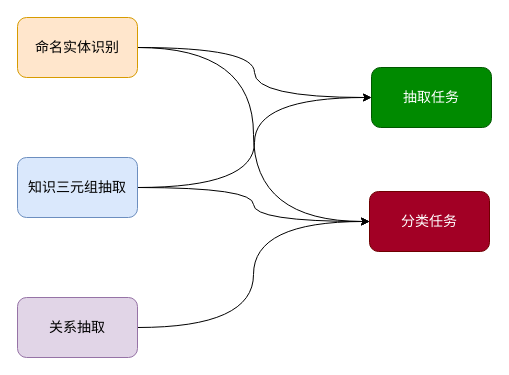
Earlier version of the draw.io diagram 任务拆解.drawio (Wonderful23/algorithm). Source tidied: cells renumbered, new cells numbered last; positions are measured from the earlier drawing's top-left corner, leaving out a move shared by most shapes. Both pictures are drawn from the tidied source at 100%, with x=0, y=0 at pixel (17, 17).
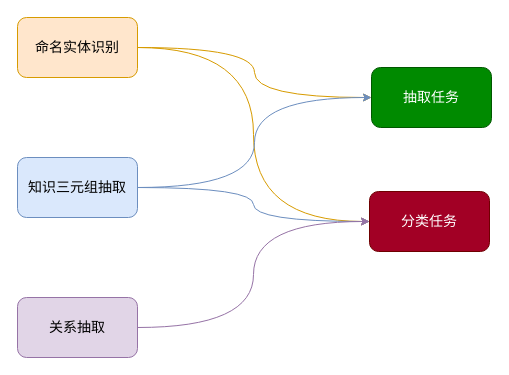
Above is the later version.

Commit message (it also covers changes not shown here):
更新任务拆解.drawio

The edit, as a diff of the source:
```diff
@@
 <mxGraphModel>
   <root>
     <mxCell id="0" />
     <mxCell id="1" parent="0" />
     <mxCell id="2" value="&lt;font style=&quot;font-size: 14px;&quot;&gt;抽取任务&lt;/font&gt;" style="rounded=1;whiteSpace=wrap;html=1;fillColor=#008a00;fontColor=#ffffff;strokeColor=#005700;" parent="1" vertex="1">
       <mxGeometry x="354" y="50" width="120" height="60" as="geometry" />
     </mxCell>
     <mxCell id="3" value="&lt;font style=&quot;font-size: 14px;&quot;&gt;分类任务&lt;/font&gt;" style="rounded=1;whiteSpace=wrap;html=1;fillColor=#a20025;fontColor=#ffffff;strokeColor=#6F0000;" parent="1" vertex="1">
       <mxGeometry x="352" y="174" width="120" height="60" as="geometry" />
     </mxCell>
-    <mxCell id="4" style="edgeStyle=orthogonalEdgeStyle;rounded=0;jettySize=auto;html=1;exitX=1;exitY=0.5;exitDx=0;exitDy=0;entryX=0;entryY=0.5;entryDx=0;entryDy=0;curved=1;" parent="1" edge="1" source="6" target="2">
+    <mxCell id="4" style="edgeStyle=orthogonalEdgeStyle;rounded=0;jettySize=auto;html=1;exitX=1;exitY=0.5;exitDx=0;exitDy=0;entryX=0;entryY=0.5;entryDx=0;entryDy=0;curved=1;fillColor=#ffe6cc;strokeColor=#d79b00;" parent="1" edge="1" source="6" target="2">
       <mxGeometry relative="1" as="geometry" />
     </mxCell>
-    <mxCell id="5" style="edgeStyle=orthogonalEdgeStyle;rounded=0;jettySize=auto;html=1;entryX=0;entryY=0.5;entryDx=0;entryDy=0;curved=1;" parent="1" edge="1" source="6" target="3">
+    <mxCell id="5" style="edgeStyle=orthogonalEdgeStyle;rounded=0;jettySize=auto;html=1;entryX=0;entryY=0.5;entryDx=0;entryDy=0;curved=1;fillColor=#ffe6cc;strokeColor=#d79b00;" parent="1" edge="1" source="6" target="3">
       <mxGeometry relative="1" as="geometry" />
     </mxCell>
     <mxCell id="6" value="&lt;font style=&quot;font-size: 14px;&quot;&gt;命名实体识别&lt;/font&gt;" style="rounded=1;whiteSpace=wrap;html=1;fillColor=#ffe6cc;strokeColor=#d79b00;" parent="1" vertex="1">
       <mxGeometry width="120" height="60" as="geometry" />
     </mxCell>
-    <mxCell id="7" style="edgeStyle=orthogonalEdgeStyle;rounded=0;jettySize=auto;html=1;exitX=1;exitY=0.5;exitDx=0;exitDy=0;entryX=0;entryY=0.5;entryDx=0;entryDy=0;curved=1;" parent="1" edge="1" source="9" target="2">
+    <mxCell id="7" style="edgeStyle=orthogonalEdgeStyle;rounded=0;jettySize=auto;html=1;exitX=1;exitY=0.5;exitDx=0;exitDy=0;entryX=0;entryY=0.5;entryDx=0;entryDy=0;curved=1;fillColor=#dae8fc;strokeColor=#6c8ebf;" parent="1" edge="1" source="9" target="2">
       <mxGeometry relative="1" as="geometry" />
     </mxCell>
-    <mxCell id="8" style="edgeStyle=orthogonalEdgeStyle;rounded=0;jettySize=auto;html=1;curved=1;" parent="1" edge="1" source="9" target="3">
+    <mxCell id="8" style="edgeStyle=orthogonalEdgeStyle;rounded=0;jettySize=auto;html=1;curved=1;fillColor=#dae8fc;strokeColor=#6c8ebf;" parent="1" edge="1" source="9" target="3">
       <mxGeometry relative="1" as="geometry" />
     </mxCell>
     <mxCell id="9" value="&lt;font style=&quot;font-size: 14px;&quot;&gt;知识三元组抽取&lt;/font&gt;" style="rounded=1;whiteSpace=wrap;html=1;fillColor=#dae8fc;strokeColor=#6c8ebf;" parent="1" vertex="1">
       <mxGeometry y="140" width="120" height="60" as="geometry" />
     </mxCell>
-    <mxCell id="10" style="edgeStyle=orthogonalEdgeStyle;rounded=0;jettySize=auto;html=1;exitX=1;exitY=0.5;exitDx=0;exitDy=0;entryX=0;entryY=0.5;entryDx=0;entryDy=0;curved=1;" parent="1" edge="1" source="11" target="3">
+    <mxCell id="10" style="edgeStyle=orthogonalEdgeStyle;rounded=0;jettySize=auto;html=1;exitX=1;exitY=0.5;exitDx=0;exitDy=0;entryX=0;entryY=0.5;entryDx=0;entryDy=0;curved=1;fillColor=#e1d5e7;strokeColor=#9673a6;" parent="1" edge="1" source="11" target="3">
       <mxGeometry relative="1" as="geometry" />
     </mxCell>
     <mxCell id="11" value="&lt;font style=&quot;font-size: 14px;&quot;&gt;关系抽取&lt;/font&gt;" style="rounded=1;whiteSpace=wrap;html=1;fillColor=#e1d5e7;strokeColor=#9673a6;" parent="1" vertex="1">
       <mxGeometry y="280" width="120" height="60" as="geometry" />
     </mxCell>
   </root>
 </mxGraphModel>
```
